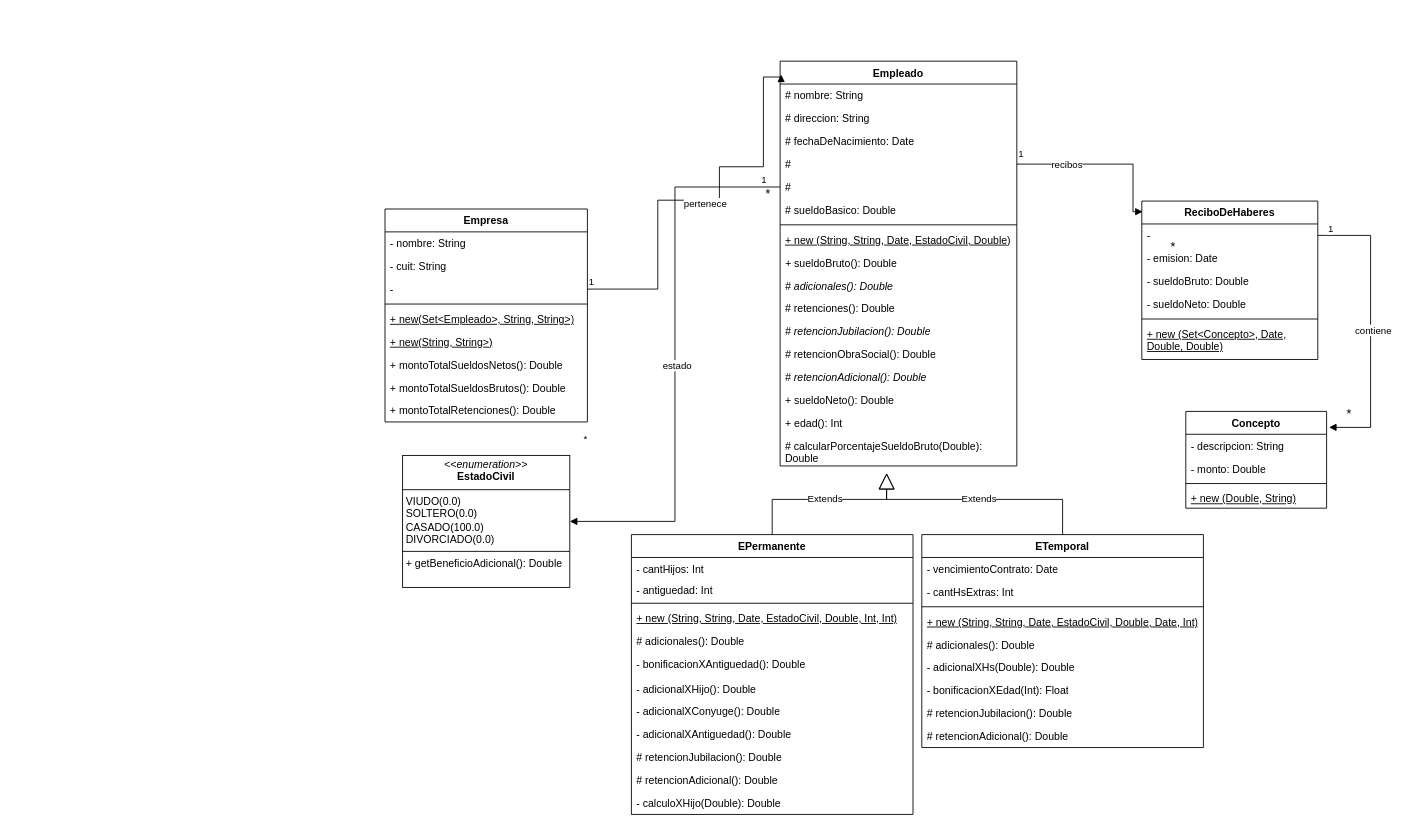
Above: tp-02.drawio in tomasmendoza-unq/objetos2 (draw.io), before the change. Source tidied: cells renumbered, new cells numbered last; positions are measured from the earlier drawing's top-left corner, leaving out a move shared by most shapes. Both pictures are drawn from the tidied source at 88%, with x=0, y=0 at pixel (15, 15).
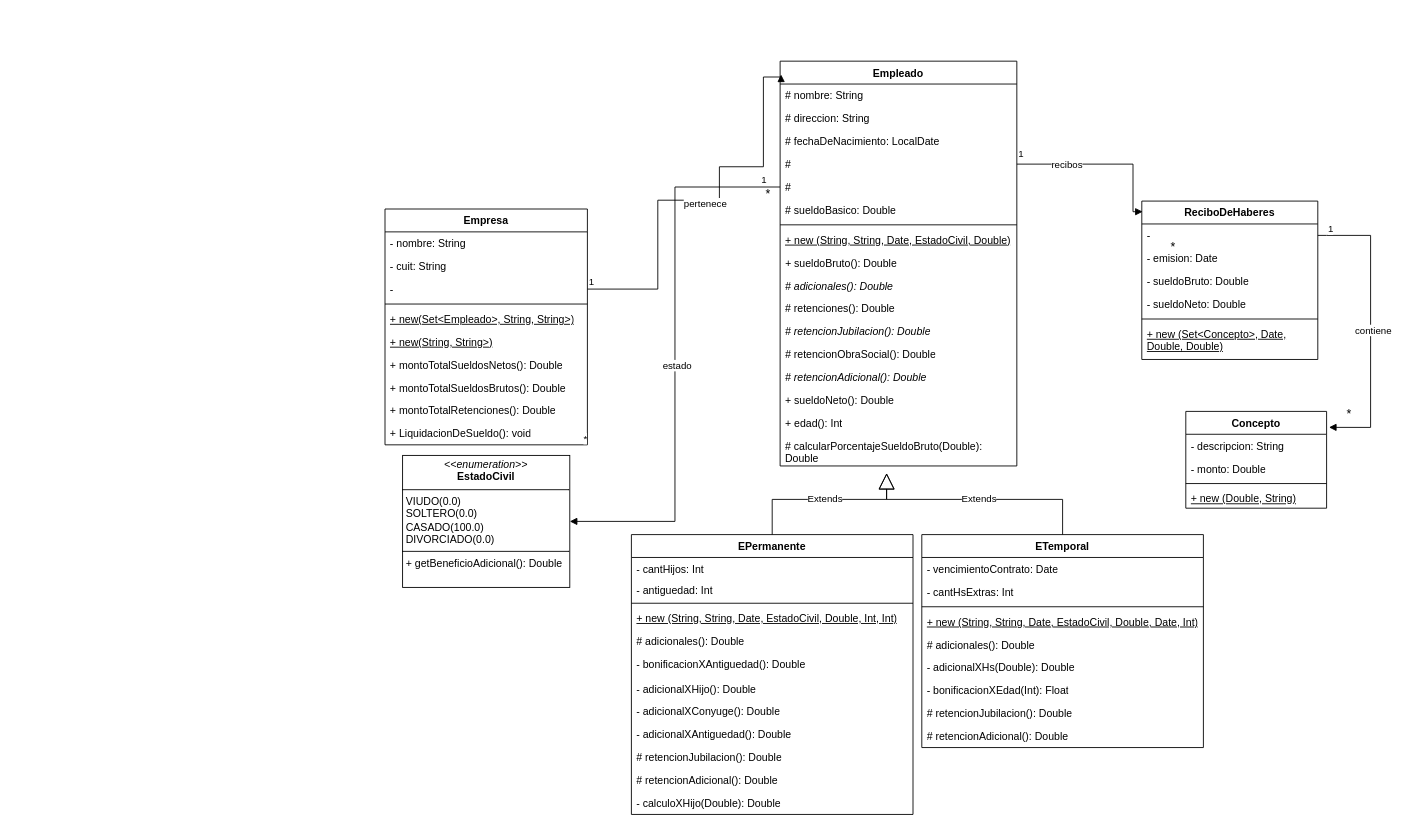
Above is the later version.

The change refers to these unchanged cells:
```xml
<mxCell id="2" value="Empleado" style="swimlane;fontStyle=1;align=center;verticalAlign=top;horizontal=1;startSize=26;whiteSpace=wrap;html=1;" parent="1" vertex="1">
  <mxGeometry x="869" y="52" width="269" height="460" as="geometry" />
</mxCell>
```

The edit, as a diff of the source:
```diff
@@
-    <mxCell id="5" value="# fechaDeNacimiento: Date" style="text;strokeColor=none;fillColor=none;align=left;verticalAlign=top;spacingLeft=4;spacingRight=4;overflow=hidden;whiteSpace=wrap;html=1;" parent="2" vertex="1">
+    <mxCell id="5" value="# fechaDeNacimiento: LocalDate" style="text;strokeColor=none;fillColor=none;align=left;verticalAlign=top;spacingLeft=4;spacingRight=4;overflow=hidden;whiteSpace=wrap;html=1;" parent="2" vertex="1">
       <mxGeometry y="78" width="269" height="26" as="geometry" />
     </mxCell>
@@
     <mxCell id="45" value="Empresa" style="swimlane;fontStyle=1;align=center;verticalAlign=top;horizontal=1;startSize=26;whiteSpace=wrap;html=1;" parent="1" vertex="1">
-      <mxGeometry x="420" y="220" width="230" height="242" as="geometry" />
+      <mxGeometry x="420" y="220" width="230" height="268" as="geometry" />
     </mxCell>
@@
+    <mxCell id="84" value="+ montoTotalRetenciones(): Double" style="text;strokeColor=none;fillColor=none;align=left;verticalAlign=top;spacingLeft=4;spacingRight=4;overflow=hidden;whiteSpace=wrap;html=1;" parent="45" vertex="1">
+      <mxGeometry y="216" width="230" height="26" as="geometry" />
+    </mxCell>
-    <mxCell id="54" value="+ montoTotalRetenciones(): Double" style="text;strokeColor=none;fillColor=none;align=left;verticalAlign=top;spacingLeft=4;spacingRight=4;overflow=hidden;whiteSpace=wrap;html=1;" parent="45" vertex="1">
-      <mxGeometry y="216" width="230" height="26" as="geometry" />
+    <mxCell id="54" value="+ LiquidacionDeSueldo(): void" style="text;strokeColor=none;fillColor=none;align=left;verticalAlign=top;spacingLeft=4;spacingRight=4;overflow=hidden;whiteSpace=wrap;html=1;" parent="45" vertex="1">
+      <mxGeometry y="242" width="230" height="26" as="geometry" />
     </mxCell>
```
